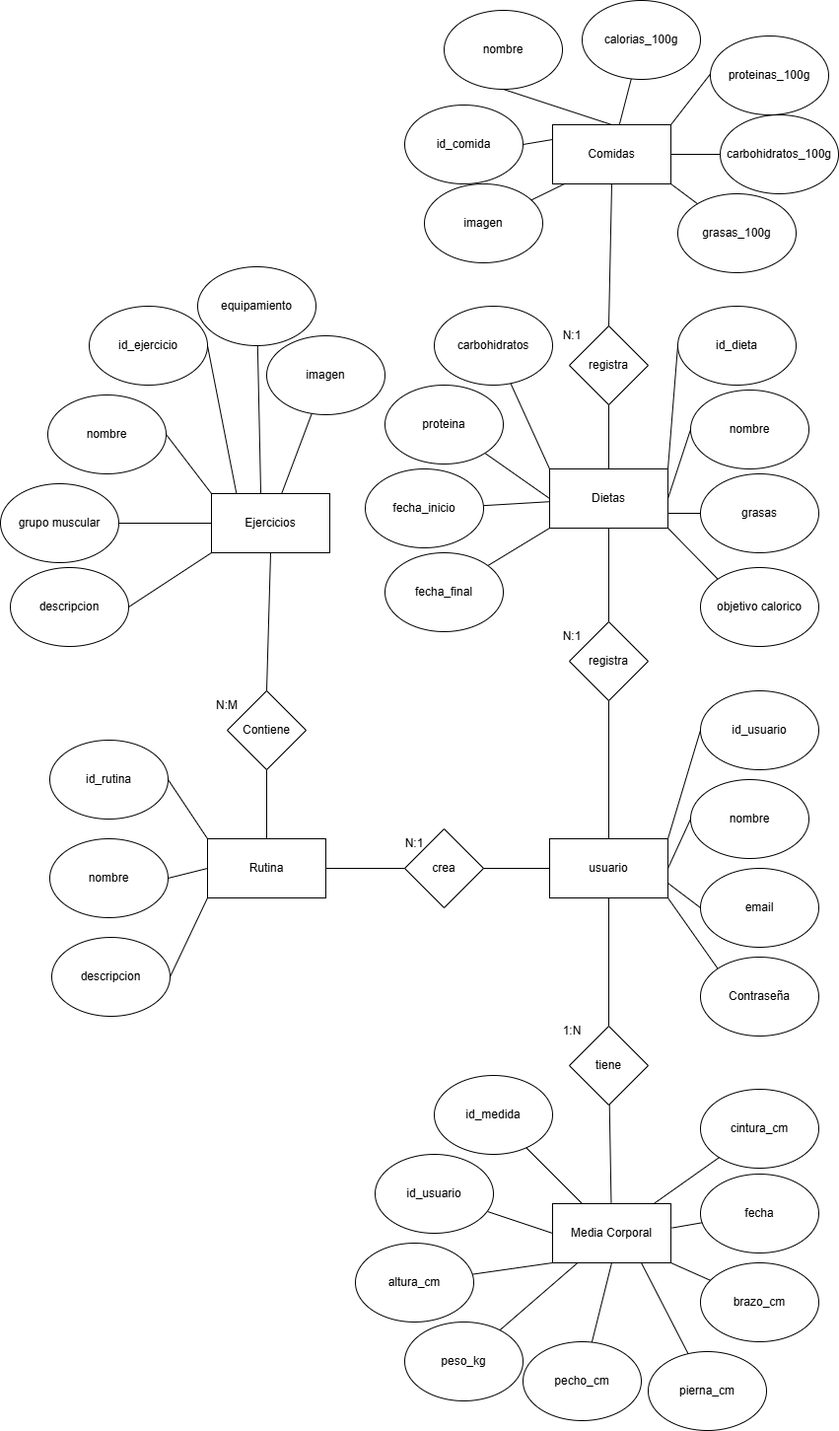
Earlier version of the draw.io export BaseDatos/MapaEntidadRelacion.png (fullace3/Proyecto_Final_DAM). Source tidied: cells renumbered, new cells last; positions are measured from the earlier drawing's top-left corner, leaving out a move shared by most shapes.
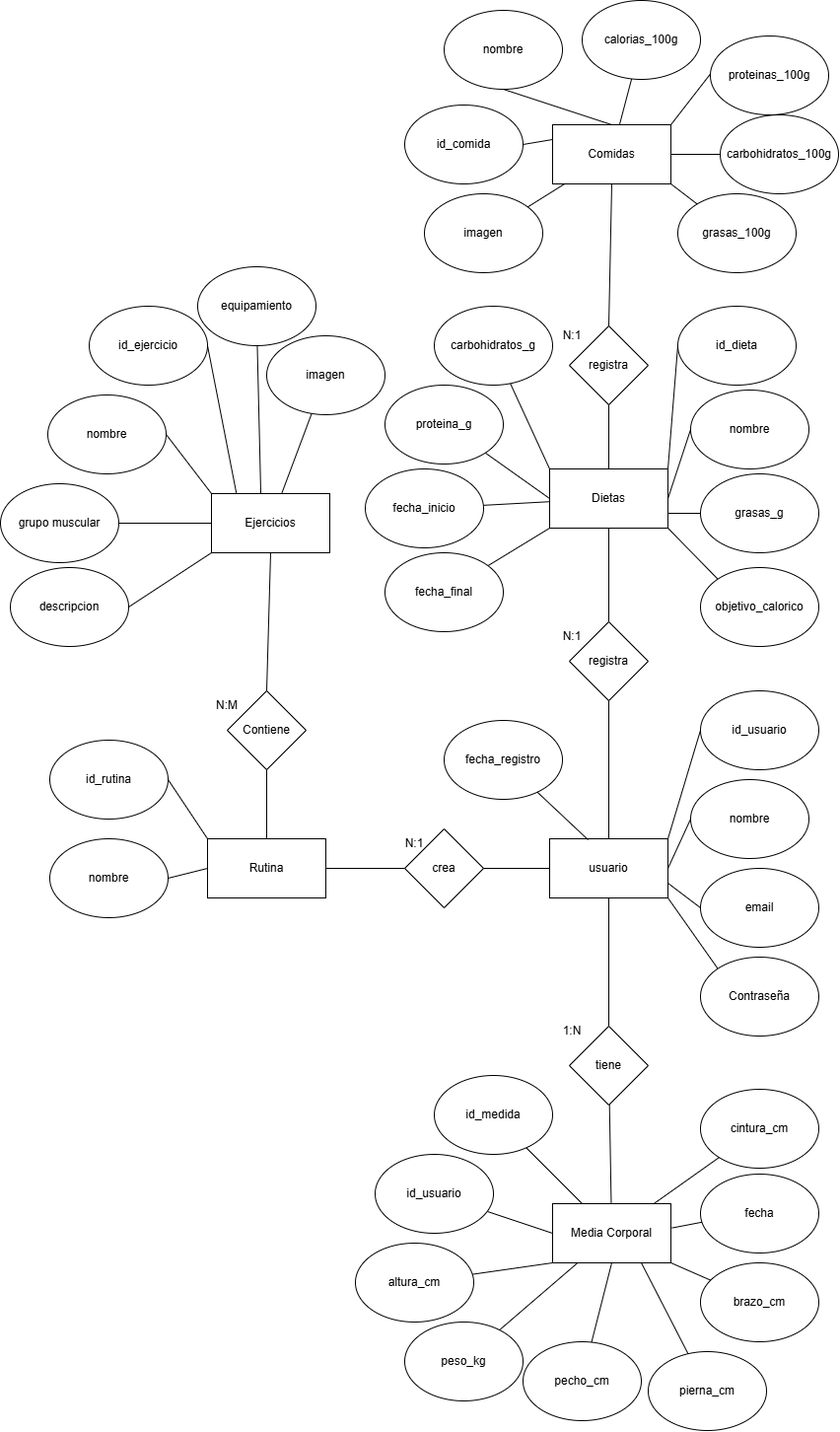
The same file after the commit.

Change to the diagram source:
```diff
@@ -11,12 +11,6 @@
     <mxCell id="4" value="&lt;div&gt;nombre&lt;/div&gt;" style="ellipse;whiteSpace=wrap;html=1;" parent="1" vertex="1">
       <mxGeometry x="50" y="850" width="120" height="80" as="geometry" />
     </mxCell>
-    <mxCell id="5" value="descripcion" style="ellipse;whiteSpace=wrap;html=1;" parent="1" vertex="1">
-      <mxGeometry x="52" y="950" width="120" height="80" as="geometry" />
-    </mxCell>
-    <mxCell id="6" style="endArrow=none;html=1;rounded=0;exitX=1;exitY=0.5;exitDx=0;exitDy=0;entryX=0;entryY=1;entryDx=0;entryDy=0;" parent="1" edge="1" source="5" target="2">
-      <mxGeometry relative="1" as="geometry" />
-    </mxCell>
     <mxCell id="7" style="endArrow=none;html=1;rounded=0;exitX=1;exitY=0.5;exitDx=0;exitDy=0;entryX=0;entryY=0.5;entryDx=0;entryDy=0;" parent="1" edge="1" source="4" target="2">
       <mxGeometry relative="1" as="geometry" />
     </mxCell>
@@ -110,7 +104,7 @@
     <mxCell id="37" value="&lt;div&gt;nombre&lt;/div&gt;" style="ellipse;whiteSpace=wrap;html=1;" parent="1" vertex="1">
       <mxGeometry x="700" y="395" width="120" height="80" as="geometry" />
     </mxCell>
-    <mxCell id="38" value="grasas" style="ellipse;whiteSpace=wrap;html=1;" parent="1" vertex="1">
+    <mxCell id="38" value="grasas_g" style="ellipse;whiteSpace=wrap;html=1;" parent="1" vertex="1">
       <mxGeometry x="710" y="480" width="120" height="80" as="geometry" />
     </mxCell>
     <mxCell id="39" style="endArrow=none;html=1;rounded=0;exitX=0;exitY=0.5;exitDx=0;exitDy=0;entryX=1;entryY=0.75;entryDx=0;entryDy=0;" parent="1" edge="1" source="38" target="35">
@@ -122,7 +116,7 @@
     <mxCell id="41" style="endArrow=none;html=1;rounded=0;exitX=0;exitY=0.5;exitDx=0;exitDy=0;entryX=1;entryY=0;entryDx=0;entryDy=0;" parent="1" edge="1" source="36" target="35">
       <mxGeometry relative="1" as="geometry" />
     </mxCell>
-    <mxCell id="42" value="objetivo calorico" style="ellipse;whiteSpace=wrap;html=1;" parent="1" vertex="1">
+    <mxCell id="42" value="objetivo_calorico" style="ellipse;whiteSpace=wrap;html=1;" parent="1" vertex="1">
       <mxGeometry x="710" y="575" width="120" height="80" as="geometry" />
     </mxCell>
     <mxCell id="43" style="endArrow=none;html=1;rounded=0;exitX=0;exitY=0;exitDx=0;exitDy=0;entryX=1;entryY=1;entryDx=0;entryDy=0;" parent="1" edge="1" source="42" target="35">
@@ -179,13 +173,13 @@
     <mxCell id="60" style="rounded=0;jettySize=auto;html=1;entryX=0;entryY=0.5;entryDx=0;entryDy=0;endArrow=none;endFill=0;" parent="1" edge="1" source="61" target="35">
       <mxGeometry relative="1" as="geometry" />
     </mxCell>
-    <mxCell id="61" value="proteina" style="ellipse;whiteSpace=wrap;html=1;" parent="1" vertex="1">
+    <mxCell id="61" value="proteina_g" style="ellipse;whiteSpace=wrap;html=1;" parent="1" vertex="1">
       <mxGeometry x="390" y="390" width="120" height="80" as="geometry" />
     </mxCell>
     <mxCell id="62" style="rounded=0;jettySize=auto;html=1;entryX=0;entryY=0;entryDx=0;entryDy=0;endArrow=none;endFill=0;" parent="1" edge="1" source="63" target="35">
       <mxGeometry relative="1" as="geometry" />
     </mxCell>
-    <mxCell id="63" value="carbohidratos" style="ellipse;whiteSpace=wrap;html=1;" parent="1" vertex="1">
+    <mxCell id="63" value="carbohidratos_g" style="ellipse;whiteSpace=wrap;html=1;" parent="1" vertex="1">
       <mxGeometry x="440" y="310" width="120" height="80" as="geometry" />
     </mxCell>
     <mxCell id="64" style="rounded=0;jettySize=auto;html=1;endArrow=none;endFill=0;" parent="1" edge="1" source="65" target="35">
@@ -297,10 +291,16 @@
       <mxGeometry relative="1" as="geometry" />
     </mxCell>
     <mxCell id="100" value="imagen" style="ellipse;whiteSpace=wrap;html=1;" parent="1" vertex="1">
-      <mxGeometry x="430" y="186" width="120" height="80" as="geometry" />
+      <mxGeometry x="430" y="196" width="120" height="80" as="geometry" />
     </mxCell>
     <mxCell id="101" style="rounded=0;jettySize=auto;html=1;entryX=0.107;entryY=0.993;entryDx=0;entryDy=0;entryPerimeter=0;endArrow=none;endFill=0;" parent="1" edge="1" source="100" target="51">
       <mxGeometry relative="1" as="geometry" />
     </mxCell>
+    <mxCell id="102" value="fecha_registro" style="ellipse;whiteSpace=wrap;html=1;" parent="1" vertex="1">
+      <mxGeometry x="450" y="730" width="120" height="80" as="geometry" />
+    </mxCell>
+    <mxCell id="103" style="rounded=0;jettySize=auto;html=1;entryX=0.325;entryY=0.017;entryDx=0;entryDy=0;entryPerimeter=0;endArrow=none;endFill=0;" parent="1" edge="1" source="102" target="22">
+      <mxGeometry relative="1" as="geometry" />
+    </mxCell>
   </root>
 </mxGraphModel>
```
